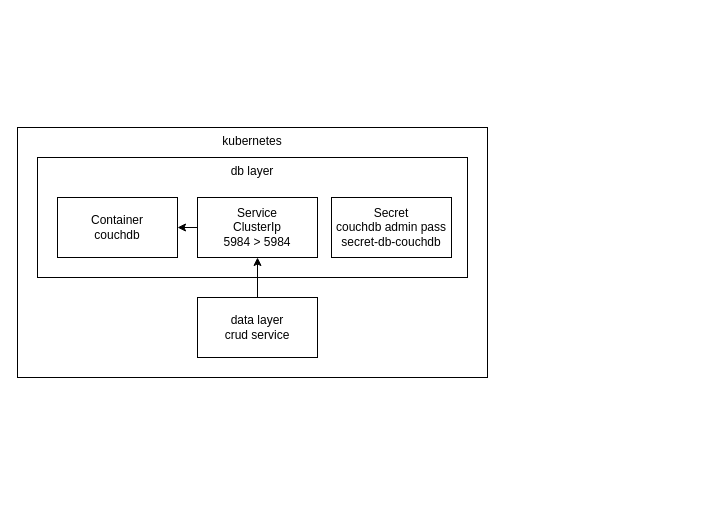
This is diagrams/db.drawio from mchellmer/nineteenseventytwo-eightbitsaxlounge, a draw.io file, before an edit. Source tidied: cells renumbered, new cells numbered last; positions are measured from the earlier drawing's top-left corner, leaving out a move shared by most shapes. Both pictures are drawn from the tidied source at 100%, with x=0, y=0 at pixel (17, 127).
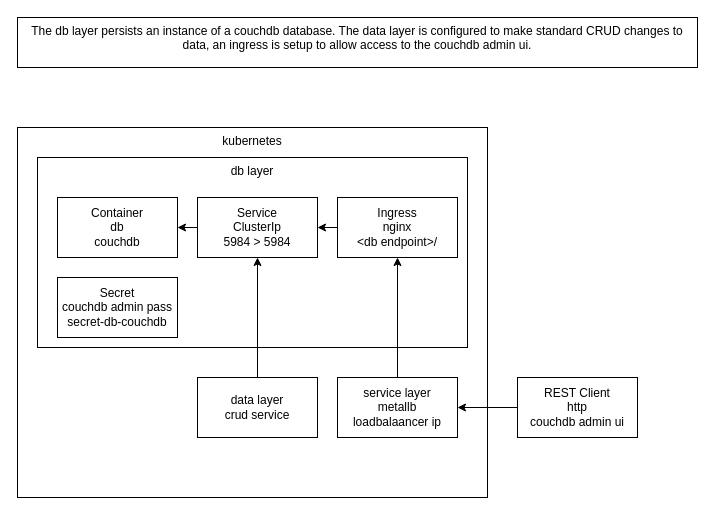
The same diagram, later.

The edit, as a diff of the source:
```diff
@@
 <mxGraphModel>
   <root>
     <mxCell id="0" />
     <mxCell id="1" parent="0" />
     <mxCell id="2" value="kubernetes" style="rounded=0;whiteSpace=wrap;html=1;verticalAlign=top;" parent="1" vertex="1">
-      <mxGeometry width="470" height="250" as="geometry" />
+      <mxGeometry width="470" height="370" as="geometry" />
     </mxCell>
     <mxCell id="3" value="db layer" style="rounded=0;whiteSpace=wrap;html=1;horizontal=1;verticalAlign=top;" parent="1" vertex="1">
-      <mxGeometry x="20" y="30" width="430" height="120" as="geometry" />
+      <mxGeometry x="20" y="30" width="430" height="190" as="geometry" />
     </mxCell>
-    <mxCell id="4" value="Container&lt;div&gt;couchdb&lt;/div&gt;" style="rounded=0;whiteSpace=wrap;html=1;" parent="1" vertex="1">
+    <mxCell id="4" value="Container&lt;div&gt;db&lt;/div&gt;&lt;div&gt;couchdb&lt;/div&gt;" style="rounded=0;whiteSpace=wrap;html=1;" parent="1" vertex="1">
       <mxGeometry x="40" y="70" width="120" height="60" as="geometry" />
     </mxCell>
     <mxCell id="5" style="edgeStyle=none;html=1;exitX=0;exitY=0.5;exitDx=0;exitDy=0;entryX=1;entryY=0.5;entryDx=0;entryDy=0;" parent="1" edge="1" source="6" target="4">
       <mxGeometry relative="1" as="geometry" />
     </mxCell>
     <mxCell id="6" value="&lt;div&gt;&lt;font color=&quot;#000000&quot;&gt;Service&lt;/font&gt;&lt;/div&gt;&lt;div&gt;ClusterIp&lt;/div&gt;&lt;div&gt;5984 &amp;gt; 5984&lt;/div&gt;" style="rounded=0;whiteSpace=wrap;html=1;" parent="1" vertex="1">
       <mxGeometry x="180" y="70" width="120" height="60" as="geometry" />
     </mxCell>
     <mxCell id="7" style="edgeStyle=none;html=1;" parent="1" edge="1" source="8" target="6">
       <mxGeometry relative="1" as="geometry" />
     </mxCell>
     <mxCell id="8" value="data layer&lt;div&gt;crud service&lt;/div&gt;" style="rounded=0;whiteSpace=wrap;html=1;" parent="1" vertex="1">
-      <mxGeometry x="180" y="170" width="120" height="60" as="geometry" />
+      <mxGeometry x="180" y="250" width="120" height="60" as="geometry" />
     </mxCell>
     <mxCell id="9" value="&lt;div&gt;&lt;font color=&quot;#000000&quot;&gt;Secret&lt;/font&gt;&lt;/div&gt;&lt;div&gt;&lt;font color=&quot;#000000&quot;&gt;couchdb admin pass&lt;/font&gt;&lt;/div&gt;&lt;div&gt;&lt;font color=&quot;#000000&quot;&gt;secret-db-couchdb&lt;/font&gt;&lt;/div&gt;" style="rounded=0;whiteSpace=wrap;html=1;" parent="1" vertex="1">
-      <mxGeometry x="314" y="70" width="120" height="60" as="geometry" />
+      <mxGeometry x="40" y="150" width="120" height="60" as="geometry" />
     </mxCell>
+    <mxCell id="10" style="edgeStyle=none;html=1;exitX=0;exitY=0.5;exitDx=0;exitDy=0;" parent="1" edge="1" source="11" target="6">
+      <mxGeometry relative="1" as="geometry" />
+    </mxCell>
+    <mxCell id="11" value="&lt;div&gt;&lt;span style=&quot;background-color: transparent;&quot;&gt;&lt;font color=&quot;#000000&quot;&gt;Ingress&lt;/font&gt;&lt;/span&gt;&lt;/div&gt;&lt;div&gt;&lt;span style=&quot;background-color: transparent;&quot;&gt;&lt;font color=&quot;#000000&quot;&gt;nginx&lt;/font&gt;&lt;/span&gt;&lt;/div&gt;&lt;div&gt;&amp;lt;db endpoint&amp;gt;/&lt;/div&gt;" style="rounded=0;whiteSpace=wrap;html=1;" parent="1" vertex="1">
+      <mxGeometry x="320" y="70" width="120" height="60" as="geometry" />
+    </mxCell>
+    <mxCell id="12" style="edgeStyle=none;html=1;entryX=0.5;entryY=1;entryDx=0;entryDy=0;" parent="1" edge="1" source="13" target="11">
+      <mxGeometry relative="1" as="geometry" />
+    </mxCell>
+    <mxCell id="13" value="&lt;div&gt;&lt;font color=&quot;#000000&quot;&gt;service layer&lt;/font&gt;&lt;/div&gt;&lt;div&gt;metallb&lt;/div&gt;&lt;div&gt;loadbalaancer ip&lt;/div&gt;" style="rounded=0;whiteSpace=wrap;html=1;" parent="1" vertex="1">
+      <mxGeometry x="320" y="250" width="120" height="60" as="geometry" />
+    </mxCell>
+    <mxCell id="14" style="edgeStyle=none;html=1;" parent="1" edge="1" source="15" target="13">
+      <mxGeometry relative="1" as="geometry" />
+    </mxCell>
+    <mxCell id="15" value="&lt;div&gt;&lt;font color=&quot;#000000&quot;&gt;REST Client&lt;/font&gt;&lt;/div&gt;&lt;div&gt;&lt;font color=&quot;#000000&quot;&gt;http&lt;/font&gt;&lt;/div&gt;&lt;div&gt;&lt;font color=&quot;#000000&quot;&gt;couchdb admin ui&lt;/font&gt;&lt;/div&gt;" style="rounded=0;whiteSpace=wrap;html=1;" parent="1" vertex="1">
+      <mxGeometry x="500" y="250" width="120" height="60" as="geometry" />
+    </mxCell>
+    <mxCell id="16" value="The db layer persists an instance of a couchdb database. The data layer is configured to make standard CRUD changes to data, an ingress is setup to allow access to the couchdb admin ui." style="rounded=0;whiteSpace=wrap;html=1;verticalAlign=top;" parent="1" vertex="1">
+      <mxGeometry y="-110" width="680" height="50" as="geometry" />
+    </mxCell>
   </root>
 </mxGraphModel>
```
